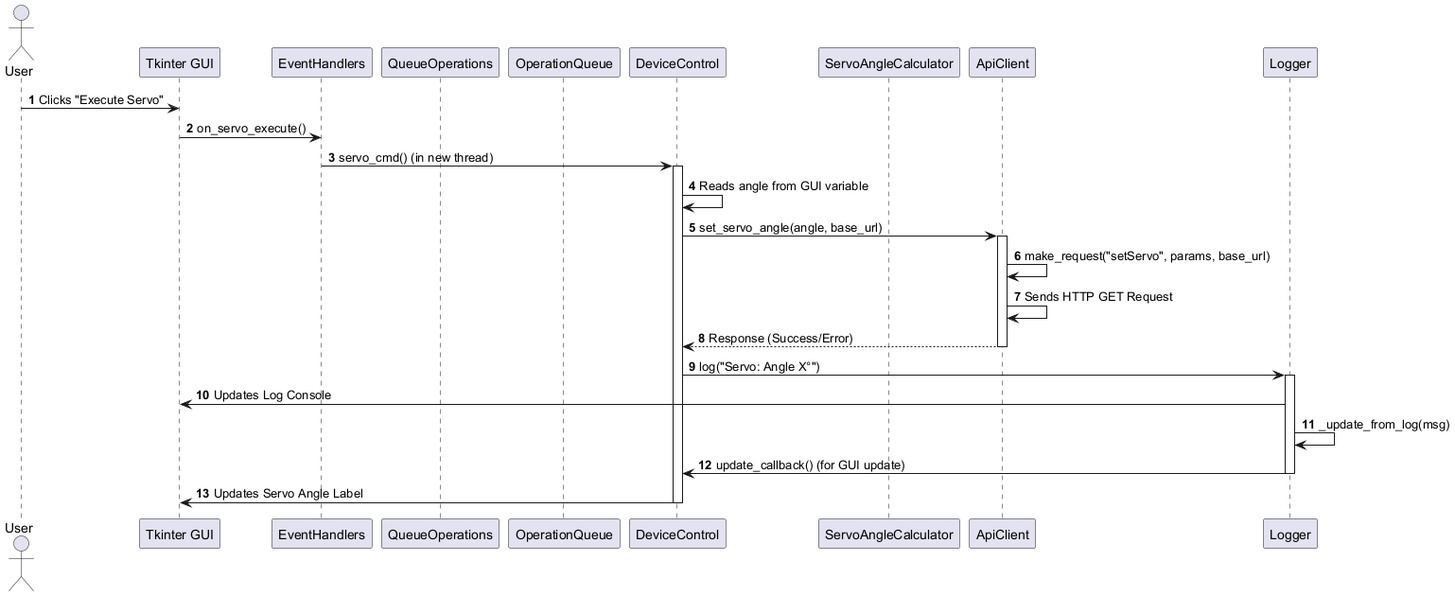
Earlier version of the PlantUML export docs/diagram/Moduular_Version/execution_servo.png (Nr44suessauer/I-Scan). Source of this version:
```plantuml
@startuml execution_servo
autonumber
actor User
participant GUI as "Tkinter GUI"
participant EH as "EventHandlers"
participant QO as "QueueOperations"
participant OQ as "OperationQueue"
participant DC as "DeviceControl"
participant SAC as "ServoAngleCalculator"
participant API as "ApiClient"
participant Logger

User -> GUI : Clicks "Execute Servo"
GUI -> EH : on_servo_execute()
EH -> DC : servo_cmd() (in new thread)

activate DC
DC -> DC : Reads angle from GUI variable
DC -> API : set_servo_angle(angle, base_url)
activate API
API -> API : make_request("setServo", params, base_url)
API -> API : Sends HTTP GET Request
API --> DC : Response (Success/Error)
deactivate API

DC -> Logger : log("Servo: Angle X°")
activate Logger
Logger -> GUI : Updates Log Console
Logger -> Logger : _update_from_log(msg)
Logger -> DC : update_callback() (for GUI update)
deactivate Logger

DC -> GUI : Updates Servo Angle Label
deactivate DC

@enduml
```
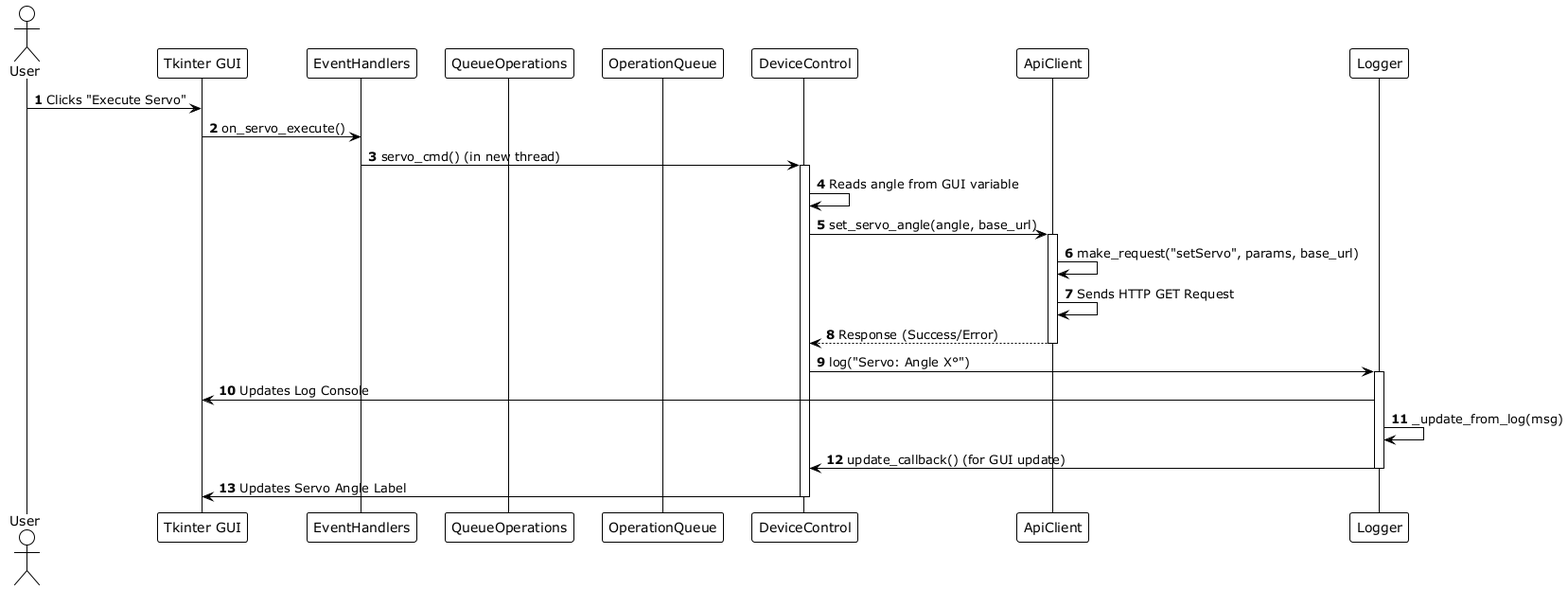
After the commit.

What changed in the source:
```diff
@@ -1,4 +1,5 @@
 @startuml execution_servo
+!theme plain
 autonumber
 actor User
 participant GUI as "Tkinter GUI"
@@ -6,7 +7,6 @@
 participant QO as "QueueOperations"
 participant OQ as "OperationQueue"
 participant DC as "DeviceControl"
-participant SAC as "ServoAngleCalculator"
 participant API as "ApiClient"
 participant Logger
 
```
